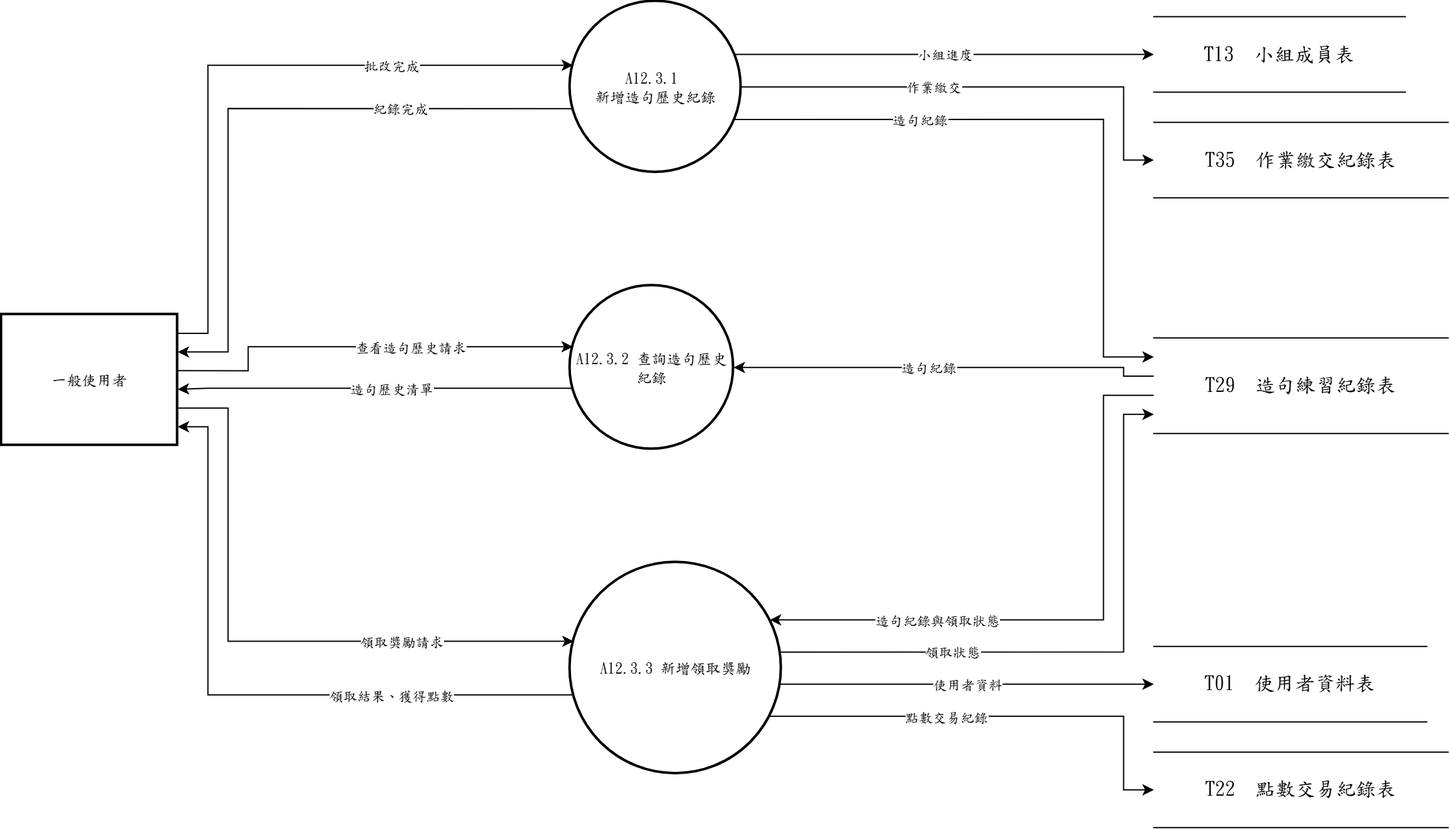
Above: 系統文件/第6章/DFD圖/圖12/圖12-3.drawio.png in s22452007/115502 (draw.io), before the change. Source tidied: cells renumbered, new cells last; positions are measured from the earlier drawing's top-left corner, leaving out a move shared by most shapes.
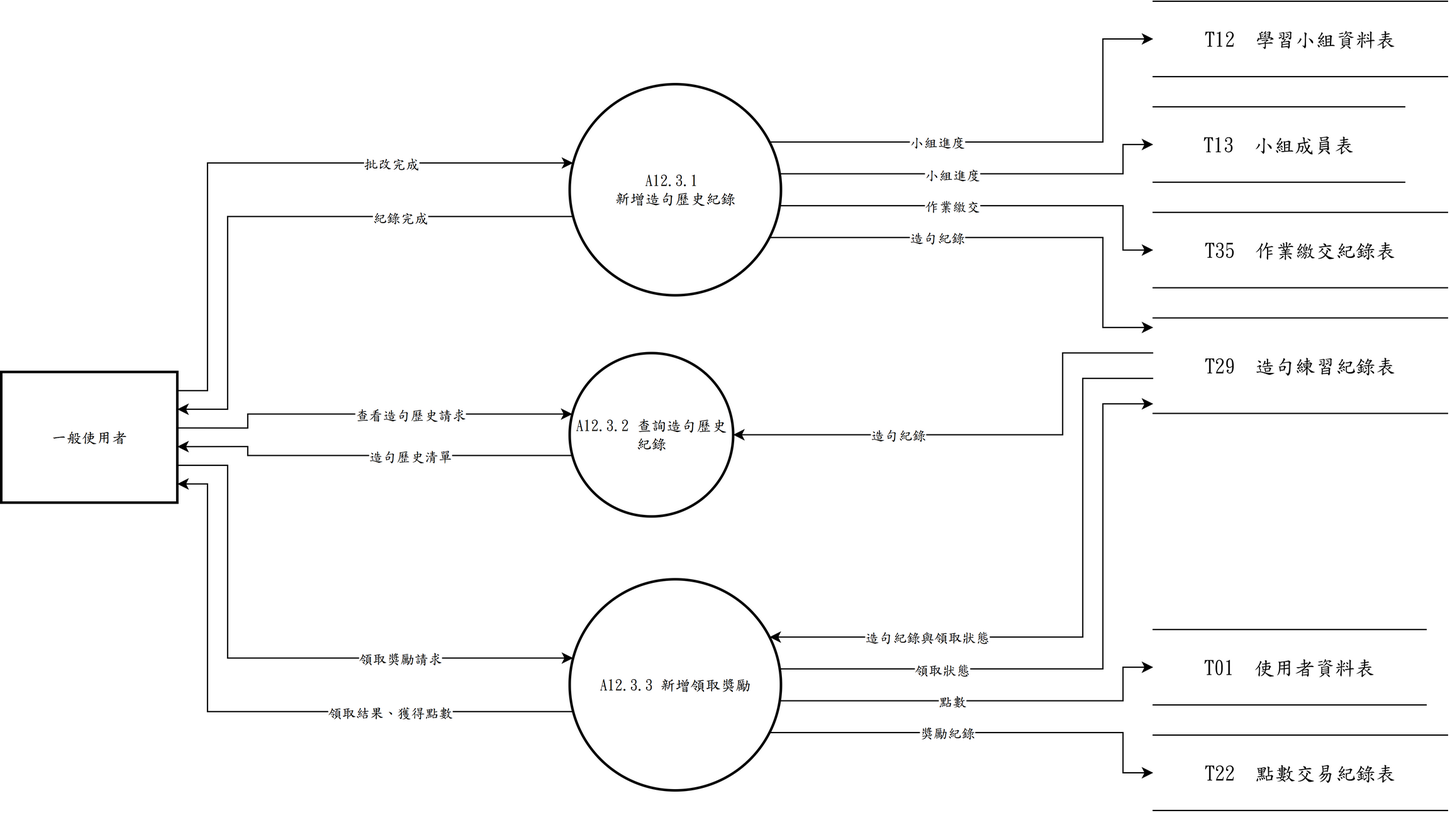
Later version of the same file.

Change to the diagram source:
```diff
@@ -3,175 +3,199 @@
     <mxCell id="0" />
     <mxCell id="1" parent="0" />
     <mxCell id="2" value="A12.3.1&amp;nbsp;&lt;div&gt;新增造句歷史紀錄&lt;/div&gt;" style="ellipse;strokeWidth=2;whiteSpace=wrap;html=1;fontFamily=標楷體;" parent="1" vertex="1">
-      <mxGeometry x="452" width="136" height="136" as="geometry" />
+      <mxGeometry x="452" y="50" width="168" height="168" as="geometry" />
     </mxCell>
     <mxCell id="3" value="A12.3.2 查詢造句歷史紀錄" style="ellipse;strokeWidth=2;whiteSpace=wrap;html=1;fontFamily=標楷體;" parent="1" vertex="1">
-      <mxGeometry x="452" y="226" width="130" height="130" as="geometry" />
+      <mxGeometry x="452" y="264" width="130" height="130" as="geometry" />
     </mxCell>
     <mxCell id="4" value="A12.3.3 新增領取獎勵" style="ellipse;strokeWidth=2;whiteSpace=wrap;html=1;fontFamily=標楷體;" parent="1" vertex="1">
-      <mxGeometry x="452" y="446" width="168" height="168" as="geometry" />
+      <mxGeometry x="452" y="444" width="168" height="168" as="geometry" />
     </mxCell>
     <mxCell id="5" value="一般使用者" style="whiteSpace=wrap;strokeWidth=2;html=1;fontFamily=標楷體;" parent="1" vertex="1">
-      <mxGeometry y="249" width="140" height="104" as="geometry" />
+      <mxGeometry y="279" width="140" height="104" as="geometry" />
     </mxCell>
     <mxCell id="6" value="T13  小組成員表" style="shape=partialRectangle;whiteSpace=wrap;html=1;left=0;right=0;fontFamily=標楷體;fontSize=16;" parent="1" vertex="1">
-      <mxGeometry x="916" y="12.2" width="200" height="60" as="geometry" />
+      <mxGeometry x="916" y="68" width="200" height="60" as="geometry" />
     </mxCell>
     <mxCell id="7" value="T35  作業繳交紀錄表" style="shape=partialRectangle;whiteSpace=wrap;html=1;left=0;right=0;fontFamily=標楷體;fontSize=16;" parent="1" vertex="1">
-      <mxGeometry x="916" y="96.2" width="234" height="60" as="geometry" />
+      <mxGeometry x="916" y="152" width="234" height="60" as="geometry" />
     </mxCell>
     <mxCell id="8" value="T29  造句練習紀錄表" style="shape=partialRectangle;whiteSpace=wrap;html=1;left=0;right=0;fontFamily=標楷體;fontSize=16;" parent="1" vertex="1">
-      <mxGeometry x="916" y="267.5" width="234" height="76" as="geometry" />
+      <mxGeometry x="916" y="236" width="234" height="76" as="geometry" />
     </mxCell>
     <mxCell id="9" value="T01  使用者資料表" style="shape=partialRectangle;whiteSpace=wrap;html=1;left=0;right=0;fontFamily=標楷體;fontSize=16;" parent="1" vertex="1">
-      <mxGeometry x="916" y="512.8" width="217" height="60" as="geometry" />
+      <mxGeometry x="916" y="484" width="217" height="60" as="geometry" />
     </mxCell>
     <mxCell id="10" value="T22  點數交易紀錄表" style="shape=partialRectangle;whiteSpace=wrap;html=1;left=0;right=0;fontFamily=標楷體;fontSize=16;" parent="1" vertex="1">
-      <mxGeometry x="916" y="596.8" width="234" height="60" as="geometry" />
+      <mxGeometry x="916" y="568" width="234" height="60" as="geometry" />
     </mxCell>
     <mxCell id="11" style="edgeStyle=none;rounded=0;html=1;fontFamily=標楷體;endArrow=classic;exitX=1.0000;exitY=0.1429;exitDx=0;exitDy=0;exitPerimeter=0;entryX=0.0163;entryY=0.3733;entryDx=0;entryDy=0;entryPerimeter=0;" parent="1" edge="1" source="5" target="2">
       <mxGeometry relative="1" as="geometry">
         <Array as="points">
-          <mxPoint x="164" y="263.9" />
-          <mxPoint x="164" y="50.8" />
+          <mxPoint x="164" y="293.9" />
+          <mxPoint x="164" y="112.7" />
         </Array>
       </mxGeometry>
     </mxCell>
     <mxCell id="12" value="批改完成" style="edgeLabel;html=1;align=center;verticalAlign=middle;fontFamily=標楷體;" parent="11" vertex="1">
-      <mxGeometry x="0.45" relative="1" as="geometry" />
+      <mxGeometry x="0.41" relative="1" as="geometry" />
     </mxCell>
     <mxCell id="13" style="edgeStyle=none;rounded=0;html=1;fontFamily=標楷體;endArrow=classic;exitX=0.0163;exitY=0.6267;exitDx=0;exitDy=0;exitPerimeter=0;entryX=1.0000;entryY=0.2857;entryDx=0;entryDy=0;entryPerimeter=0;" parent="1" edge="1" source="2" target="5">
       <mxGeometry relative="1" as="geometry">
         <Array as="points">
-          <mxPoint x="180" y="85.2" />
-          <mxPoint x="180" y="278.7" />
+          <mxPoint x="180" y="155.3" />
+          <mxPoint x="180" y="308.7" />
         </Array>
       </mxGeometry>
     </mxCell>
     <mxCell id="14" value="紀錄完成" style="edgeLabel;html=1;align=center;verticalAlign=middle;fontFamily=標楷體;" parent="13" vertex="1">
-      <mxGeometry x="-0.46" relative="1" as="geometry" />
+      <mxGeometry x="-0.41" relative="1" as="geometry" />
     </mxCell>
-    <mxCell id="15" style="edgeStyle=none;rounded=0;html=1;fontFamily=標楷體;endArrow=classic;exitX=0.9625;exitY=0.6900;exitDx=0;exitDy=0;exitPerimeter=0;entryX=0.0000;entryY=0.2000;entryDx=0;entryDy=0;entryPerimeter=0;" parent="1" edge="1" source="2" target="8">
+    <mxCell id="15" style="edgeStyle=none;rounded=0;html=1;fontFamily=標楷體;endArrow=classic;exitX=0.9459;exitY=0.7262;exitDx=0;exitDy=0;exitPerimeter=0;entryX=0.0000;entryY=0.1000;entryDx=0;entryDy=0;entryPerimeter=0;" parent="1" edge="1" source="2" target="8">
       <mxGeometry relative="1" as="geometry">
         <Array as="points">
-          <mxPoint x="876" y="93.8" />
-          <mxPoint x="876" y="282.7" />
+          <mxPoint x="876" y="172" />
+          <mxPoint x="876" y="243.6" />
         </Array>
       </mxGeometry>
     </mxCell>
     <mxCell id="16" value="造句紀錄" style="edgeLabel;html=1;align=center;verticalAlign=middle;fontFamily=標楷體;" parent="15" vertex="1">
-      <mxGeometry x="-0.44" relative="1" as="geometry" />
+      <mxGeometry x="-0.3" relative="1" as="geometry" />
     </mxCell>
-    <mxCell id="17" style="edgeStyle=none;rounded=0;html=1;fontFamily=標楷體;endArrow=classic;exitX=0.9625;exitY=0.3100;exitDx=0;exitDy=0;exitPerimeter=0;entryX=0.0000;entryY=0.5000;entryDx=0;entryDy=0;entryPerimeter=0;" parent="1" edge="1" source="2" target="6">
-      <mxGeometry relative="1" as="geometry" />
+    <mxCell id="17" style="edgeStyle=none;rounded=0;html=1;fontFamily=標楷體;endArrow=classic;exitX=0.9943;exitY=0.4246;exitDx=0;exitDy=0;exitPerimeter=0;entryX=0.0000;entryY=0.5000;entryDx=0;entryDy=0;entryPerimeter=0;" parent="1" edge="1" source="2" target="6">
+      <mxGeometry relative="1" as="geometry">
+        <Array as="points">
+          <mxPoint x="892" y="121.3" />
+          <mxPoint x="892" y="98" />
+        </Array>
+      </mxGeometry>
     </mxCell>
     <mxCell id="18" value="小組進度" style="edgeLabel;html=1;align=center;verticalAlign=middle;fontFamily=標楷體;" parent="17" vertex="1">
-      <mxGeometry relative="1" as="geometry" />
+      <mxGeometry x="-0.15" relative="1" as="geometry" />
     </mxCell>
-    <mxCell id="19" style="edgeStyle=none;rounded=0;html=1;fontFamily=標楷體;endArrow=classic;exitX=1.0000;exitY=0.5000;exitDx=0;exitDy=0;exitPerimeter=0;entryX=0.0000;entryY=0.5000;entryDx=0;entryDy=0;entryPerimeter=0;" parent="1" edge="1" source="2" target="7">
+    <mxCell id="19" style="edgeStyle=none;rounded=0;html=1;fontFamily=標楷體;endArrow=classic;exitX=0.9943;exitY=0.5754;exitDx=0;exitDy=0;exitPerimeter=0;entryX=0.0000;entryY=0.5000;entryDx=0;entryDy=0;entryPerimeter=0;" parent="1" edge="1" source="2" target="7">
       <mxGeometry relative="1" as="geometry">
         <Array as="points">
-          <mxPoint x="892" y="68" />
-          <mxPoint x="892" y="126.2" />
+          <mxPoint x="892" y="146.7" />
+          <mxPoint x="892" y="182" />
         </Array>
       </mxGeometry>
     </mxCell>
     <mxCell id="20" value="作業繳交" style="edgeLabel;html=1;align=center;verticalAlign=middle;fontFamily=標楷體;" parent="19" vertex="1">
-      <mxGeometry x="-0.21" relative="1" as="geometry" />
+      <mxGeometry x="-0.18" relative="1" as="geometry" />
     </mxCell>
     <mxCell id="21" style="edgeStyle=none;rounded=0;html=1;fontFamily=標楷體;endArrow=classic;exitX=1.0000;exitY=0.4286;exitDx=0;exitDy=0;exitPerimeter=0;entryX=0.0163;entryY=0.3733;entryDx=0;entryDy=0;entryPerimeter=0;" parent="1" edge="1" source="5" target="3">
       <mxGeometry relative="1" as="geometry">
         <Array as="points">
-          <mxPoint x="196" y="293.6" />
-          <mxPoint x="196" y="274.5" />
+          <mxPoint x="196" y="323.6" />
+          <mxPoint x="196" y="312.5" />
         </Array>
       </mxGeometry>
     </mxCell>
     <mxCell id="22" value="查看造句歷史請求" style="edgeLabel;html=1;align=center;verticalAlign=middle;fontFamily=標楷體;" parent="21" vertex="1">
-      <mxGeometry x="0.23" relative="1" as="geometry" />
+      <mxGeometry x="0.21" relative="1" as="geometry" />
     </mxCell>
-    <mxCell id="23" style="edgeStyle=none;rounded=0;html=1;fontFamily=標楷體;endArrow=classic;exitX=0.0000;exitY=0.4000;exitDx=0;exitDy=0;exitPerimeter=0;entryX=1.0000;entryY=0.5000;entryDx=0;entryDy=0;entryPerimeter=0;" parent="1" edge="1" source="8" target="3">
+    <mxCell id="23" style="edgeStyle=none;rounded=0;html=1;fontFamily=標楷體;endArrow=classic;exitX=0.0000;exitY=0.3667;exitDx=0;exitDy=0;exitPerimeter=0;entryX=1.0000;entryY=0.5000;entryDx=0;entryDy=0;entryPerimeter=0;" parent="1" edge="1" source="8" target="3">
       <mxGeometry relative="1" as="geometry">
         <Array as="points">
-          <mxPoint x="892" y="297.9" />
-          <mxPoint x="892" y="291" />
+          <mxPoint x="844" y="263.9" />
+          <mxPoint x="844" y="329" />
         </Array>
       </mxGeometry>
     </mxCell>
     <mxCell id="24" value="造句紀錄" style="edgeLabel;html=1;align=center;verticalAlign=middle;fontFamily=標楷體;" parent="23" vertex="1">
-      <mxGeometry x="0.09" relative="1" as="geometry" />
+      <mxGeometry x="0.34" relative="1" as="geometry" />
     </mxCell>
     <mxCell id="25" style="edgeStyle=none;rounded=0;html=1;fontFamily=標楷體;endArrow=classic;exitX=0.0163;exitY=0.6267;exitDx=0;exitDy=0;exitPerimeter=0;entryX=1.0000;entryY=0.5714;entryDx=0;entryDy=0;entryPerimeter=0;" parent="1" edge="1" source="3" target="5">
       <mxGeometry relative="1" as="geometry">
         <Array as="points">
-          <mxPoint x="164" y="307.5" />
-          <mxPoint x="164" y="308.5" />
+          <mxPoint x="196" y="345.5" />
+          <mxPoint x="196" y="338.4" />
         </Array>
       </mxGeometry>
     </mxCell>
     <mxCell id="26" value="造句歷史清單" style="edgeLabel;html=1;align=center;verticalAlign=middle;fontFamily=標楷體;" parent="25" vertex="1">
-      <mxGeometry x="-0.08" relative="1" as="geometry" />
+      <mxGeometry x="-0.2" relative="1" as="geometry" />
     </mxCell>
     <mxCell id="27" style="edgeStyle=none;rounded=0;html=1;fontFamily=標楷體;endArrow=classic;exitX=1.0000;exitY=0.7143;exitDx=0;exitDy=0;exitPerimeter=0;entryX=0.0163;entryY=0.3733;entryDx=0;entryDy=0;entryPerimeter=0;" parent="1" edge="1" source="5" target="4">
       <mxGeometry relative="1" as="geometry">
         <Array as="points">
-          <mxPoint x="180" y="323.3" />
-          <mxPoint x="180" y="508.7" />
+          <mxPoint x="180" y="353.3" />
+          <mxPoint x="180" y="506.7" />
         </Array>
       </mxGeometry>
     </mxCell>
     <mxCell id="28" value="領取獎勵請求" style="edgeLabel;html=1;align=center;verticalAlign=middle;fontFamily=標楷體;" parent="27" vertex="1">
-      <mxGeometry x="0.45" relative="1" as="geometry" />
+      <mxGeometry x="0.41" relative="1" as="geometry" />
     </mxCell>
-    <mxCell id="29" style="edgeStyle=none;rounded=0;html=1;fontFamily=標楷體;endArrow=classic;exitX=0.0000;exitY=0.6000;exitDx=0;exitDy=0;exitPerimeter=0;entryX=0.9450;entryY=0.2720;entryDx=0;entryDy=0;entryPerimeter=0;" parent="1" edge="1" source="8" target="4">
+    <mxCell id="29" style="edgeStyle=none;rounded=0;html=1;fontFamily=標楷體;endArrow=classic;exitX=0.0000;exitY=0.6333;exitDx=0;exitDy=0;exitPerimeter=0;entryX=0.9459;entryY=0.2738;entryDx=0;entryDy=0;entryPerimeter=0;" parent="1" edge="1" source="8" target="4">
       <mxGeometry relative="1" as="geometry">
         <Array as="points">
-          <mxPoint x="876" y="313.1" />
-          <mxPoint x="876" y="491.7" />
+          <mxPoint x="860" y="284.1" />
+          <mxPoint x="860" y="490" />
         </Array>
       </mxGeometry>
     </mxCell>
     <mxCell id="30" value="造句紀錄與領取狀態" style="edgeLabel;html=1;align=center;verticalAlign=middle;fontFamily=標楷體;" parent="29" vertex="1">
-      <mxGeometry x="0.45" relative="1" as="geometry" />
+      <mxGeometry x="0.51" relative="1" as="geometry" />
     </mxCell>
     <mxCell id="31" style="edgeStyle=none;rounded=0;html=1;fontFamily=標楷體;endArrow=classic;exitX=0.0163;exitY=0.6267;exitDx=0;exitDy=0;exitPerimeter=0;entryX=1.0000;entryY=0.8571;entryDx=0;entryDy=0;entryPerimeter=0;" parent="1" edge="1" source="4" target="5">
       <mxGeometry relative="1" as="geometry">
         <Array as="points">
-          <mxPoint x="164" y="551.3" />
-          <mxPoint x="164" y="338.2" />
+          <mxPoint x="164" y="549.3" />
+          <mxPoint x="164" y="368.1" />
         </Array>
       </mxGeometry>
     </mxCell>
     <mxCell id="32" value="領取結果、獲得點數" style="edgeLabel;html=1;align=center;verticalAlign=middle;fontFamily=標楷體;" parent="31" vertex="1">
-      <mxGeometry x="-0.45" relative="1" as="geometry" />
+      <mxGeometry x="-0.41" relative="1" as="geometry" />
     </mxCell>
-    <mxCell id="33" style="edgeStyle=none;rounded=0;html=1;fontFamily=標楷體;endArrow=classic;exitX=0.9942;exitY=0.4240;exitDx=0;exitDy=0;exitPerimeter=0;entryX=0.0000;entryY=0.8000;entryDx=0;entryDy=0;entryPerimeter=0;" parent="1" edge="1" source="4" target="8">
+    <mxCell id="33" style="edgeStyle=none;rounded=0;html=1;fontFamily=標楷體;endArrow=classic;exitX=0.9943;exitY=0.4246;exitDx=0;exitDy=0;exitPerimeter=0;entryX=0.0000;entryY=0.9000;entryDx=0;entryDy=0;entryPerimeter=0;" parent="1" edge="1" source="4" target="8">
       <mxGeometry relative="1" as="geometry">
         <Array as="points">
-          <mxPoint x="892" y="517.2" />
-          <mxPoint x="892" y="328.3" />
+          <mxPoint x="876" y="515.3" />
+          <mxPoint x="876" y="304.4" />
         </Array>
       </mxGeometry>
     </mxCell>
     <mxCell id="34" value="領取狀態" style="edgeLabel;html=1;align=center;verticalAlign=middle;fontFamily=標楷體;" parent="33" vertex="1">
-      <mxGeometry x="-0.44" relative="1" as="geometry" />
+      <mxGeometry x="-0.49" relative="1" as="geometry" />
     </mxCell>
-    <mxCell id="35" style="edgeStyle=none;rounded=0;html=1;fontFamily=標楷體;endArrow=classic;exitX=0.9942;exitY=0.5760;exitDx=0;exitDy=0;exitPerimeter=0;entryX=0.0000;entryY=0.5000;entryDx=0;entryDy=0;entryPerimeter=0;" parent="1" edge="1" source="4" target="9">
-      <mxGeometry relative="1" as="geometry" />
+    <mxCell id="35" style="edgeStyle=none;rounded=0;html=1;fontFamily=標楷體;endArrow=classic;exitX=0.9943;exitY=0.5754;exitDx=0;exitDy=0;exitPerimeter=0;entryX=0.0000;entryY=0.5000;entryDx=0;entryDy=0;entryPerimeter=0;" parent="1" edge="1" source="4" target="9">
+      <mxGeometry relative="1" as="geometry">
+        <Array as="points">
+          <mxPoint x="892" y="540.7" />
+          <mxPoint x="892" y="514" />
+        </Array>
+      </mxGeometry>
     </mxCell>
-    <mxCell id="36" value="使用者資料" style="edgeLabel;html=1;align=center;verticalAlign=middle;fontFamily=標楷體;" parent="35" vertex="1">
-      <mxGeometry relative="1" as="geometry" />
+    <mxCell id="36" value="點數" style="edgeLabel;html=1;align=center;verticalAlign=middle;fontFamily=標楷體;" parent="35" vertex="1">
+      <mxGeometry x="-0.16" relative="1" as="geometry" />
     </mxCell>
-    <mxCell id="37" style="edgeStyle=none;rounded=0;html=1;fontFamily=標楷體;endArrow=classic;exitX=0.9450;exitY=0.7280;exitDx=0;exitDy=0;exitPerimeter=0;entryX=0.0000;entryY=0.5000;entryDx=0;entryDy=0;entryPerimeter=0;" parent="1" edge="1" source="4" target="10">
+    <mxCell id="37" style="edgeStyle=none;rounded=0;html=1;fontFamily=標楷體;endArrow=classic;exitX=0.9459;exitY=0.7262;exitDx=0;exitDy=0;exitPerimeter=0;entryX=0.0000;entryY=0.5000;entryDx=0;entryDy=0;entryPerimeter=0;" parent="1" edge="1" source="4" target="10">
       <mxGeometry relative="1" as="geometry">
         <Array as="points">
-          <mxPoint x="892" y="568.3" />
-          <mxPoint x="892" y="626.8" />
+          <mxPoint x="892" y="566" />
+          <mxPoint x="892" y="598" />
         </Array>
       </mxGeometry>
     </mxCell>
-    <mxCell id="38" value="點數交易紀錄" style="edgeLabel;html=1;align=center;verticalAlign=middle;fontFamily=標楷體;" parent="37" vertex="1">
-      <mxGeometry x="-0.23" relative="1" as="geometry" />
+    <mxCell id="38" value="獎勵紀錄" style="edgeLabel;html=1;align=center;verticalAlign=middle;fontFamily=標楷體;" parent="37" vertex="1">
+      <mxGeometry x="-0.17" relative="1" as="geometry" />
     </mxCell>
+    <mxCell id="39" value="T12  學習小組資料表" style="shape=partialRectangle;whiteSpace=wrap;html=1;left=0;right=0;fontFamily=標楷體;fontSize=16;" parent="1" vertex="1">
+      <mxGeometry x="916" y="-16" width="234" height="60" as="geometry" />
+    </mxCell>
+    <mxCell id="40" style="edgeStyle=none;rounded=0;html=1;fontFamily=標楷體;endArrow=classic;exitX=0.9459;exitY=0.2738;exitDx=0;exitDy=0;exitPerimeter=0;entryX=0.0000;entryY=0.5000;entryDx=0;entryDy=0;entryPerimeter=0;" parent="1" edge="1" source="2" target="39">
+      <mxGeometry relative="1" as="geometry">
+        <Array as="points">
+          <mxPoint x="876" y="96" />
+          <mxPoint x="876" y="14" />
+        </Array>
+      </mxGeometry>
+    </mxCell>
+    <mxCell id="41" value="小組進度" style="edgeLabel;html=1;align=center;verticalAlign=middle;fontFamily=標楷體;" parent="40" vertex="1">
+      <mxGeometry x="-0.32" relative="1" as="geometry" />
+    </mxCell>
   </root>
 </mxGraphModel>
```
